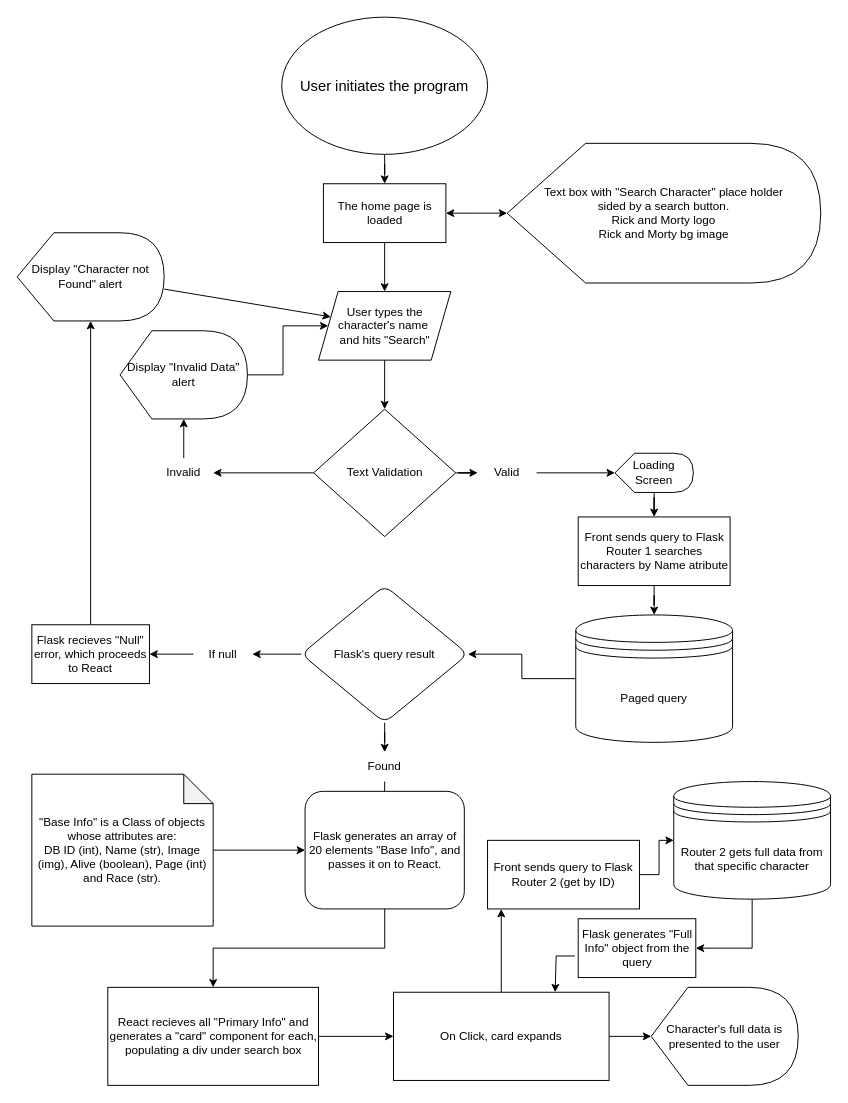
Before: Diagrama sem nome.drawio in Arhck/Arhck, a draw.io diagram. Source tidied: cells renumbered, new cells numbered last; positions are measured from the earlier drawing's top-left corner, leaving out a move shared by most shapes. Both pictures are drawn from the tidied source at 98%, with x=0, y=0 at pixel (17, 17).
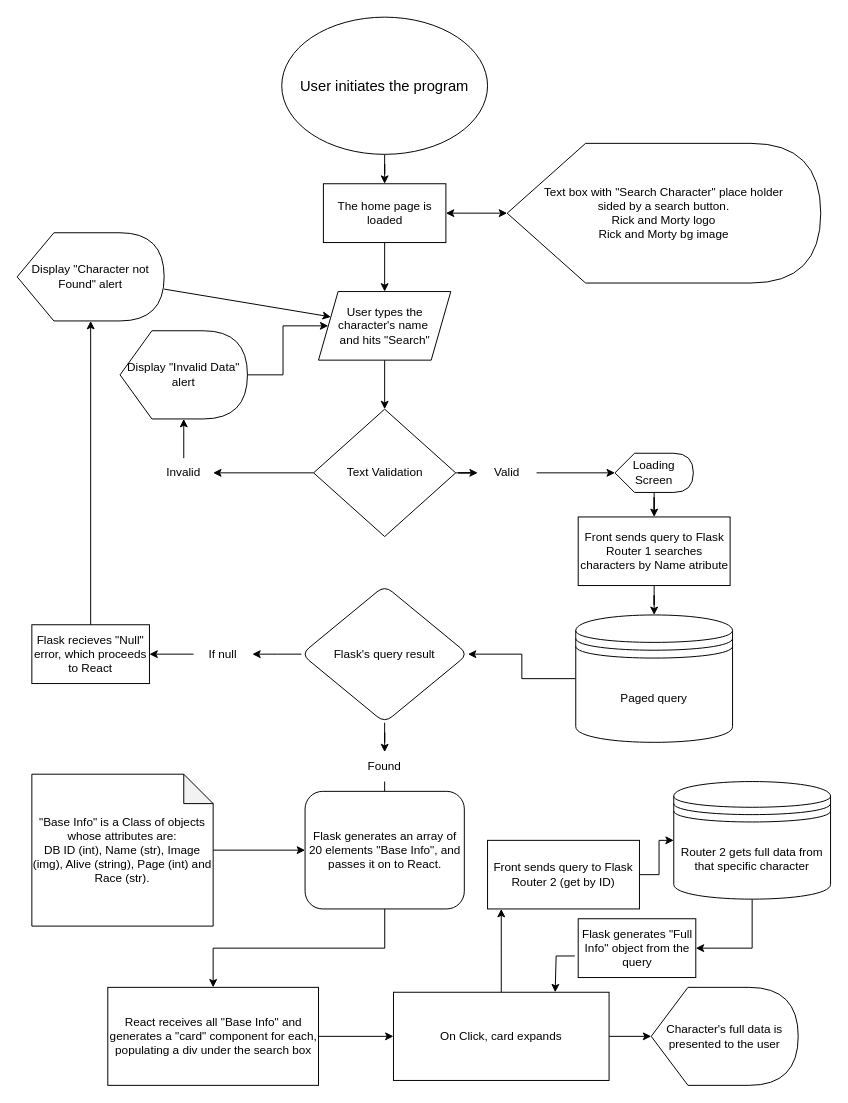
After the change.

What changed in the source:
```diff
@@
-    <mxCell id="36" value="&quot;Base Info&quot; is a Class of objects whose attributes are:&lt;br&gt;DB ID (int), Name (str), Image (img), Alive (boolean), Page (int) and Race (str)." style="shape=note;whiteSpace=wrap;html=1;backgroundOutline=1;darkOpacity=0.05;" parent="1" vertex="1">
+    <mxCell id="36" value="&quot;Base Info&quot; is a Class of objects whose attributes are:&lt;br&gt;DB ID (int), Name (str), Image (img), Alive (string), Page (int) and Race (str)." style="shape=note;whiteSpace=wrap;html=1;backgroundOutline=1;darkOpacity=0.05;" parent="1" vertex="1">
       <mxGeometry x="15" y="772.5" width="185" height="155" as="geometry" />
     </mxCell>
@@
-    <mxCell id="39" value="React recieves all &quot;Primary Info&quot; and generates a &quot;card&quot; component for each, populating a div under search box" style="rounded=0;whiteSpace=wrap;html=1;" parent="1" vertex="1">
+    <mxCell id="39" value="React receives all &quot;Base Info&quot; and generates a &quot;card&quot; component for each, populating a div under the search box" style="rounded=0;whiteSpace=wrap;html=1;" parent="1" vertex="1">
       <mxGeometry x="92.5" y="990" width="215" height="100" as="geometry" />
     </mxCell>
```
